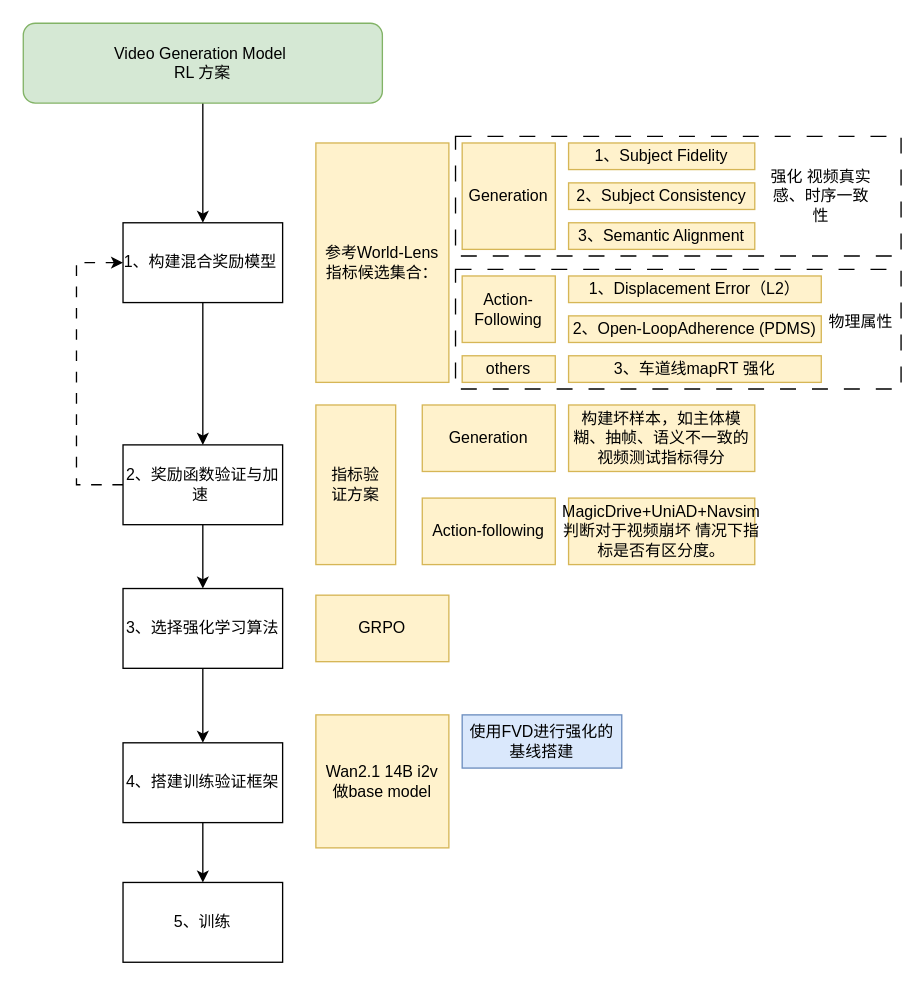
NinoNeumann/drawio_projects keeps this draw.io diagram as 未命名绘图.drawio. Above is the earlier version. Source tidied: cells renumbered, new cells numbered last; positions are measured from the earlier drawing's top-left corner, leaving out a move shared by most shapes. Both pictures are drawn from the tidied source at 133%, with x=0, y=0 at pixel (23, 23).
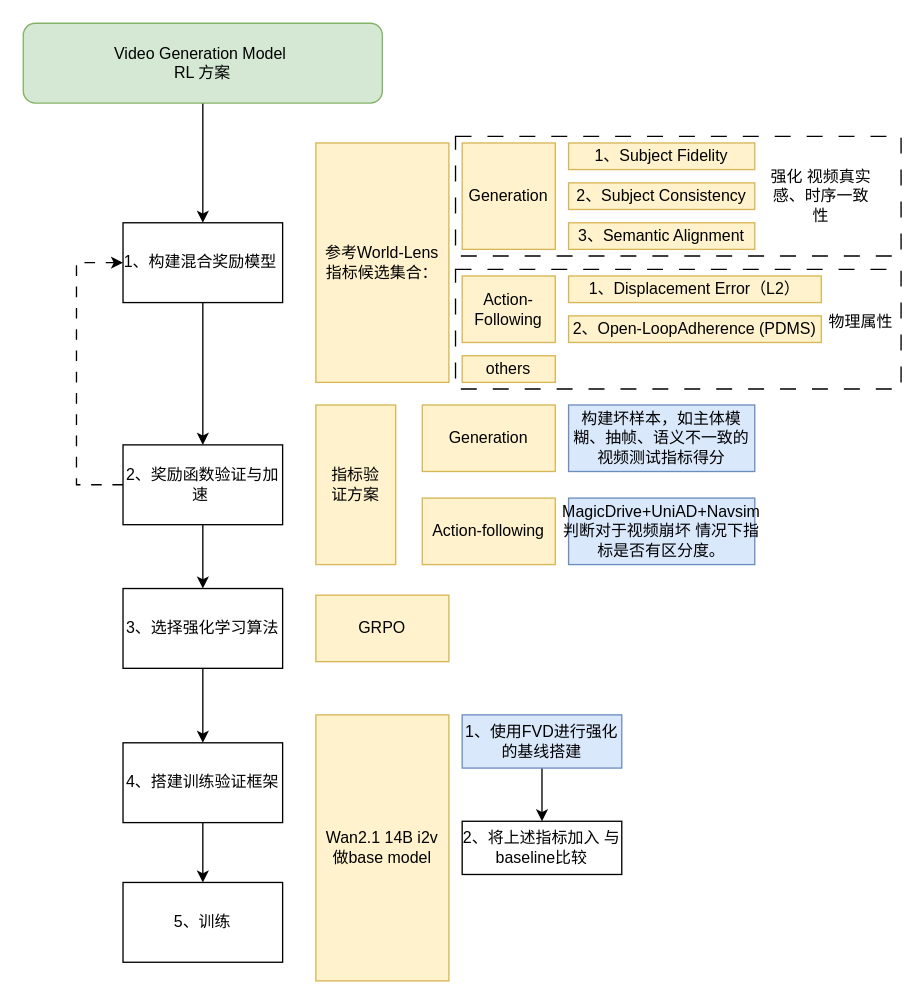
The same diagram, later.

Diff of the diagram source:
```diff
@@
+    <mxCell id="26" value="&lt;div&gt;3、车道线mapRT 强化&lt;/div&gt;&lt;span data-lark-record-data=&quot;{&amp;quot;rootId&amp;quot;:&amp;quot;L4jGdFqLMofs1cxOKf9c1dG8nqe&amp;quot;,&amp;quot;text&amp;quot;:{&amp;quot;initialAttributedTexts&amp;quot;:{&amp;quot;text&amp;quot;:{&amp;quot;0&amp;quot;:&amp;quot;Open-Loop Adherence&amp;quot;},&amp;quot;attribs&amp;quot;:{&amp;quot;0&amp;quot;:&amp;quot;*0+j&amp;quot;}},&amp;quot;apool&amp;quot;:{&amp;quot;numToAttrib&amp;quot;:{&amp;quot;0&amp;quot;:[&amp;quot;author&amp;quot;,&amp;quot;7483726834909265921&amp;quot;]},&amp;quot;nextNum&amp;quot;:1}},&amp;quot;type&amp;quot;:&amp;quot;text&amp;quot;,&amp;quot;referenceRecordMap&amp;quot;:{},&amp;quot;extra&amp;quot;:{&amp;quot;channel&amp;quot;:&amp;quot;saas&amp;quot;,&amp;quot;isEqualBlockSelection&amp;quot;:false,&amp;quot;pasteRandomId&amp;quot;:&amp;quot;7ad1c473-d2cf-45cb-968e-f9b902efacae&amp;quot;,&amp;quot;mention_page_title&amp;quot;:{},&amp;quot;external_mention_url&amp;quot;:{}},&amp;quot;isKeepQuoteContainer&amp;quot;:false,&amp;quot;isFromCode&amp;quot;:false,&amp;quot;selection&amp;quot;:[{&amp;quot;id&amp;quot;:1514,&amp;quot;type&amp;quot;:&amp;quot;text&amp;quot;,&amp;quot;selection&amp;quot;:{&amp;quot;start&amp;quot;:0,&amp;quot;end&amp;quot;:19},&amp;quot;recordId&amp;quot;:&amp;quot;S8Qmd1tdqoaIFyx75okcIj2on1f&amp;quot;}],&amp;quot;payloadMap&amp;quot;:{},&amp;quot;isCut&amp;quot;:false}&quot; class=&quot;lark-record-clipboard&quot;&gt;&lt;/span&gt;&lt;span data-lark-record-data=&quot;{&amp;quot;rootId&amp;quot;:&amp;quot;JV9Zdhbm7o8PZ4xMG8Dc0fxfnMg&amp;quot;,&amp;quot;text&amp;quot;:{&amp;quot;initialAttributedTexts&amp;quot;:{&amp;quot;text&amp;quot;:{&amp;quot;0&amp;quot;:&amp;quot;Displacement Error&amp;quot;},&amp;quot;attribs&amp;quot;:{&amp;quot;0&amp;quot;:&amp;quot;*0+i&amp;quot;}},&amp;quot;apool&amp;quot;:{&amp;quot;numToAttrib&amp;quot;:{&amp;quot;0&amp;quot;:[&amp;quot;author&amp;quot;,&amp;quot;7483726834909265921&amp;quot;]},&amp;quot;nextNum&amp;quot;:1}},&amp;quot;type&amp;quot;:&amp;quot;text&amp;quot;,&amp;quot;referenceRecordMap&amp;quot;:{},&amp;quot;extra&amp;quot;:{&amp;quot;channel&amp;quot;:&amp;quot;saas&amp;quot;,&amp;quot;isEqualBlockSelection&amp;quot;:false,&amp;quot;pasteRandomId&amp;quot;:&amp;quot;fdf4a18c-c49a-44dd-a57f-6318fe3f00e0&amp;quot;,&amp;quot;mention_page_title&amp;quot;:{},&amp;quot;external_mention_url&amp;quot;:{}},&amp;quot;isKeepQuoteContainer&amp;quot;:false,&amp;quot;isFromCode&amp;quot;:false,&amp;quot;selection&amp;quot;:[{&amp;quot;id&amp;quot;:542,&amp;quot;type&amp;quot;:&amp;quot;text&amp;quot;,&amp;quot;selection&amp;quot;:{&amp;quot;start&amp;quot;:2,&amp;quot;end&amp;quot;:20},&amp;quot;recordId&amp;quot;:&amp;quot;HdFZdV9GioszrTxjEMTcl8QvnMg&amp;quot;}],&amp;quot;payloadMap&amp;quot;:{},&amp;quot;isCut&amp;quot;:false}&quot; class=&quot;lark-record-clipboard&quot;&gt;&lt;/span&gt;&lt;span data-lark-record-data=&quot;{&amp;quot;rootId&amp;quot;:&amp;quot;JV9Zdhbm7o8PZ4xMG8Dc0fxfnMg&amp;quot;,&amp;quot;text&amp;quot;:{&amp;quot;initialAttributedTexts&amp;quot;:{&amp;quot;text&amp;quot;:{&amp;quot;0&amp;quot;:&amp;quot;Semantic Alignment&amp;quot;},&amp;quot;attribs&amp;quot;:{&amp;quot;0&amp;quot;:&amp;quot;*0+i&amp;quot;}},&amp;quot;apool&amp;quot;:{&amp;quot;numToAttrib&amp;quot;:{&amp;quot;0&amp;quot;:[&amp;quot;author&amp;quot;,&amp;quot;7483726834909265921&amp;quot;]},&amp;quot;nextNum&amp;quot;:1}},&amp;quot;type&amp;quot;:&amp;quot;text&amp;quot;,&amp;quot;referenceRecordMap&amp;quot;:{},&amp;quot;extra&amp;quot;:{&amp;quot;channel&amp;quot;:&amp;quot;saas&amp;quot;,&amp;quot;isEqualBlockSelection&amp;quot;:false,&amp;quot;pasteRandomId&amp;quot;:&amp;quot;bf732df0-ad97-4703-9b8a-f690db8587c6&amp;quot;,&amp;quot;mention_page_title&amp;quot;:{},&amp;quot;external_mention_url&amp;quot;:{}},&amp;quot;isKeepQuoteContainer&amp;quot;:false,&amp;quot;isFromCode&amp;quot;:false,&amp;quot;selection&amp;quot;:[{&amp;quot;id&amp;quot;:540,&amp;quot;type&amp;quot;:&amp;quot;text&amp;quot;,&amp;quot;selection&amp;quot;:{&amp;quot;start&amp;quot;:2,&amp;quot;end&amp;quot;:20},&amp;quot;recordId&amp;quot;:&amp;quot;NTUZdKPmZounwCxa622cKZEfnph&amp;quot;}],&amp;quot;payloadMap&amp;quot;:{},&amp;quot;isCut&amp;quot;:false}&quot; class=&quot;lark-record-clipboard&quot;&gt;&lt;/span&gt;&lt;span data-lark-record-data=&quot;{&amp;quot;rootId&amp;quot;:&amp;quot;JV9Zdhbm7o8PZ4xMG8Dc0fxfnMg&amp;quot;,&amp;quot;text&amp;quot;:{&amp;quot;initialAttributedTexts&amp;quot;:{&amp;quot;text&amp;quot;:{&amp;quot;0&amp;quot;:&amp;quot;Subject Consistency&amp;quot;},&amp;quot;attribs&amp;quot;:{&amp;quot;0&amp;quot;:&amp;quot;*0+j&amp;quot;}},&amp;quot;apool&amp;quot;:{&amp;quot;numToAttrib&amp;quot;:{&amp;quot;0&amp;quot;:[&amp;quot;author&amp;quot;,&amp;quot;7483726834909265921&amp;quot;]},&amp;quot;nextNum&amp;quot;:1}},&amp;quot;type&amp;quot;:&amp;quot;text&amp;quot;,&amp;quot;referenceRecordMap&amp;quot;:{},&amp;quot;extra&amp;quot;:{&amp;quot;channel&amp;quot;:&amp;quot;saas&amp;quot;,&amp;quot;isEqualBlockSelection&amp;quot;:false,&amp;quot;pasteRandomId&amp;quot;:&amp;quot;33d9fb53-16e4-45db-911c-d8df6403eeff&amp;quot;,&amp;quot;mention_page_title&amp;quot;:{},&amp;quot;external_mention_url&amp;quot;:{}},&amp;quot;isKeepQuoteContainer&amp;quot;:false,&amp;quot;isFromCode&amp;quot;:false,&amp;quot;selection&amp;quot;:[{&amp;quot;id&amp;quot;:539,&amp;quot;type&amp;quot;:&amp;quot;text&amp;quot;,&amp;quot;selection&amp;quot;:{&amp;quot;start&amp;quot;:2,&amp;quot;end&amp;quot;:21},&amp;quot;recordId&amp;quot;:&amp;quot;PSMZdzJWsoobfxxanbMcwDJinGc&amp;quot;}],&amp;quot;payloadMap&amp;quot;:{},&amp;quot;isCut&amp;quot;:false}&quot; class=&quot;lark-record-clipboard&quot;&gt;&lt;/span&gt;&lt;span data-lark-record-data=&quot;{&amp;quot;rootId&amp;quot;:&amp;quot;JV9Zdhbm7o8PZ4xMG8Dc0fxfnMg&amp;quot;,&amp;quot;text&amp;quot;:{&amp;quot;initialAttributedTexts&amp;quot;:{&amp;quot;text&amp;quot;:{&amp;quot;0&amp;quot;:&amp;quot;Subject Fidelity&amp;quot;},&amp;quot;attribs&amp;quot;:{&amp;quot;0&amp;quot;:&amp;quot;*0+g&amp;quot;}},&amp;quot;apool&amp;quot;:{&amp;quot;numToAttrib&amp;quot;:{&amp;quot;0&amp;quot;:[&amp;quot;author&amp;quot;,&amp;quot;7483726834909265921&amp;quot;]},&amp;quot;nextNum&amp;quot;:1}},&amp;quot;type&amp;quot;:&amp;quot;text&amp;quot;,&amp;quot;referenceRecordMap&amp;quot;:{},&amp;quot;extra&amp;quot;:{&amp;quot;channel&amp;quot;:&amp;quot;saas&amp;quot;,&amp;quot;isEqualBlockSelection&amp;quot;:false,&amp;quot;pasteRandomId&amp;quot;:&amp;quot;f153498b-ec6f-4ac0-b546-43d6fda7419c&amp;quot;,&amp;quot;mention_page_title&amp;quot;:{},&amp;quot;external_mention_url&amp;quot;:{}},&amp;quot;isKeepQuoteContainer&amp;quot;:false,&amp;quot;isFromCode&amp;quot;:false,&amp;quot;selection&amp;quot;:[{&amp;quot;id&amp;quot;:538,&amp;quot;type&amp;quot;:&amp;quot;text&amp;quot;,&amp;quot;selection&amp;quot;:{&amp;quot;start&amp;quot;:2,&amp;quot;end&amp;quot;:18},&amp;quot;recordId&amp;quot;:&amp;quot;PmUQdXcbeohCYTx1j5WcdhSGnFe&amp;quot;}],&amp;quot;payloadMap&amp;quot;:{},&amp;quot;isCut&amp;quot;:false}&quot; class=&quot;lark-record-clipboard&quot;&gt;&lt;/span&gt;" style="rounded=0;whiteSpace=wrap;html=1;fillColor=#fff2cc;strokeColor=#d6b656;" parent="1" vertex="1">
+      <mxGeometry x="410" y="250" width="190" height="20" as="geometry" />
+    </mxCell>
@@
-    <mxCell id="18" value="MagicDrive+&lt;span style=&quot;background-color: transparent; color: light-dark(rgb(0, 0, 0), rgb(255, 255, 255));&quot;&gt;UniAD+Navsim 判断对于视频崩坏 情况下指标是否有区分度。&lt;/span&gt;" style="rounded=0;whiteSpace=wrap;html=1;fillColor=#fff2cc;strokeColor=#d6b656;" parent="1" vertex="1">
+    <mxCell id="18" value="MagicDrive+&lt;span style=&quot;background-color: transparent; color: light-dark(rgb(0, 0, 0), rgb(255, 255, 255));&quot;&gt;UniAD+Navsim 判断对于视频崩坏 情况下指标是否有区分度。&lt;/span&gt;" style="rounded=0;whiteSpace=wrap;html=1;fillColor=#dae8fc;strokeColor=#6c8ebf;" parent="1" vertex="1">
       <mxGeometry x="410" y="357" width="140" height="50" as="geometry" />
     </mxCell>
@@
-    <mxCell id="26" value="&lt;div&gt;3、车道线mapRT 强化&lt;/div&gt;&lt;span data-lark-record-data=&quot;{&amp;quot;rootId&amp;quot;:&amp;quot;L4jGdFqLMofs1cxOKf9c1dG8nqe&amp;quot;,&amp;quot;text&amp;quot;:{&amp;quot;initialAttributedTexts&amp;quot;:{&amp;quot;text&amp;quot;:{&amp;quot;0&amp;quot;:&amp;quot;Open-Loop Adherence&amp;quot;},&amp;quot;attribs&amp;quot;:{&amp;quot;0&amp;quot;:&amp;quot;*0+j&amp;quot;}},&amp;quot;apool&amp;quot;:{&amp;quot;numToAttrib&amp;quot;:{&amp;quot;0&amp;quot;:[&amp;quot;author&amp;quot;,&amp;quot;7483726834909265921&amp;quot;]},&amp;quot;nextNum&amp;quot;:1}},&amp;quot;type&amp;quot;:&amp;quot;text&amp;quot;,&amp;quot;referenceRecordMap&amp;quot;:{},&amp;quot;extra&amp;quot;:{&amp;quot;channel&amp;quot;:&amp;quot;saas&amp;quot;,&amp;quot;isEqualBlockSelection&amp;quot;:false,&amp;quot;pasteRandomId&amp;quot;:&amp;quot;7ad1c473-d2cf-45cb-968e-f9b902efacae&amp;quot;,&amp;quot;mention_page_title&amp;quot;:{},&amp;quot;external_mention_url&amp;quot;:{}},&amp;quot;isKeepQuoteContainer&amp;quot;:false,&amp;quot;isFromCode&amp;quot;:false,&amp;quot;selection&amp;quot;:[{&amp;quot;id&amp;quot;:1514,&amp;quot;type&amp;quot;:&amp;quot;text&amp;quot;,&amp;quot;selection&amp;quot;:{&amp;quot;start&amp;quot;:0,&amp;quot;end&amp;quot;:19},&amp;quot;recordId&amp;quot;:&amp;quot;S8Qmd1tdqoaIFyx75okcIj2on1f&amp;quot;}],&amp;quot;payloadMap&amp;quot;:{},&amp;quot;isCut&amp;quot;:false}&quot; class=&quot;lark-record-clipboard&quot;&gt;&lt;/span&gt;&lt;span data-lark-record-data=&quot;{&amp;quot;rootId&amp;quot;:&amp;quot;JV9Zdhbm7o8PZ4xMG8Dc0fxfnMg&amp;quot;,&amp;quot;text&amp;quot;:{&amp;quot;initialAttributedTexts&amp;quot;:{&amp;quot;text&amp;quot;:{&amp;quot;0&amp;quot;:&amp;quot;Displacement Error&amp;quot;},&amp;quot;attribs&amp;quot;:{&amp;quot;0&amp;quot;:&amp;quot;*0+i&amp;quot;}},&amp;quot;apool&amp;quot;:{&amp;quot;numToAttrib&amp;quot;:{&amp;quot;0&amp;quot;:[&amp;quot;author&amp;quot;,&amp;quot;7483726834909265921&amp;quot;]},&amp;quot;nextNum&amp;quot;:1}},&amp;quot;type&amp;quot;:&amp;quot;text&amp;quot;,&amp;quot;referenceRecordMap&amp;quot;:{},&amp;quot;extra&amp;quot;:{&amp;quot;channel&amp;quot;:&amp;quot;saas&amp;quot;,&amp;quot;isEqualBlockSelection&amp;quot;:false,&amp;quot;pasteRandomId&amp;quot;:&amp;quot;fdf4a18c-c49a-44dd-a57f-6318fe3f00e0&amp;quot;,&amp;quot;mention_page_title&amp;quot;:{},&amp;quot;external_mention_url&amp;quot;:{}},&amp;quot;isKeepQuoteContainer&amp;quot;:false,&amp;quot;isFromCode&amp;quot;:false,&amp;quot;selection&amp;quot;:[{&amp;quot;id&amp;quot;:542,&amp;quot;type&amp;quot;:&amp;quot;text&amp;quot;,&amp;quot;selection&amp;quot;:{&amp;quot;start&amp;quot;:2,&amp;quot;end&amp;quot;:20},&amp;quot;recordId&amp;quot;:&amp;quot;HdFZdV9GioszrTxjEMTcl8QvnMg&amp;quot;}],&amp;quot;payloadMap&amp;quot;:{},&amp;quot;isCut&amp;quot;:false}&quot; class=&quot;lark-record-clipboard&quot;&gt;&lt;/span&gt;&lt;span data-lark-record-data=&quot;{&amp;quot;rootId&amp;quot;:&amp;quot;JV9Zdhbm7o8PZ4xMG8Dc0fxfnMg&amp;quot;,&amp;quot;text&amp;quot;:{&amp;quot;initialAttributedTexts&amp;quot;:{&amp;quot;text&amp;quot;:{&amp;quot;0&amp;quot;:&amp;quot;Semantic Alignment&amp;quot;},&amp;quot;attribs&amp;quot;:{&amp;quot;0&amp;quot;:&amp;quot;*0+i&amp;quot;}},&amp;quot;apool&amp;quot;:{&amp;quot;numToAttrib&amp;quot;:{&amp;quot;0&amp;quot;:[&amp;quot;author&amp;quot;,&amp;quot;7483726834909265921&amp;quot;]},&amp;quot;nextNum&amp;quot;:1}},&amp;quot;type&amp;quot;:&amp;quot;text&amp;quot;,&amp;quot;referenceRecordMap&amp;quot;:{},&amp;quot;extra&amp;quot;:{&amp;quot;channel&amp;quot;:&amp;quot;saas&amp;quot;,&amp;quot;isEqualBlockSelection&amp;quot;:false,&amp;quot;pasteRandomId&amp;quot;:&amp;quot;bf732df0-ad97-4703-9b8a-f690db8587c6&amp;quot;,&amp;quot;mention_page_title&amp;quot;:{},&amp;quot;external_mention_url&amp;quot;:{}},&amp;quot;isKeepQuoteContainer&amp;quot;:false,&amp;quot;isFromCode&amp;quot;:false,&amp;quot;selection&amp;quot;:[{&amp;quot;id&amp;quot;:540,&amp;quot;type&amp;quot;:&amp;quot;text&amp;quot;,&amp;quot;selection&amp;quot;:{&amp;quot;start&amp;quot;:2,&amp;quot;end&amp;quot;:20},&amp;quot;recordId&amp;quot;:&amp;quot;NTUZdKPmZounwCxa622cKZEfnph&amp;quot;}],&amp;quot;payloadMap&amp;quot;:{},&amp;quot;isCut&amp;quot;:false}&quot; class=&quot;lark-record-clipboard&quot;&gt;&lt;/span&gt;&lt;span data-lark-record-data=&quot;{&amp;quot;rootId&amp;quot;:&amp;quot;JV9Zdhbm7o8PZ4xMG8Dc0fxfnMg&amp;quot;,&amp;quot;text&amp;quot;:{&amp;quot;initialAttributedTexts&amp;quot;:{&amp;quot;text&amp;quot;:{&amp;quot;0&amp;quot;:&amp;quot;Subject Consistency&amp;quot;},&amp;quot;attribs&amp;quot;:{&amp;quot;0&amp;quot;:&amp;quot;*0+j&amp;quot;}},&amp;quot;apool&amp;quot;:{&amp;quot;numToAttrib&amp;quot;:{&amp;quot;0&amp;quot;:[&amp;quot;author&amp;quot;,&amp;quot;7483726834909265921&amp;quot;]},&amp;quot;nextNum&amp;quot;:1}},&amp;quot;type&amp;quot;:&amp;quot;text&amp;quot;,&amp;quot;referenceRecordMap&amp;quot;:{},&amp;quot;extra&amp;quot;:{&amp;quot;channel&amp;quot;:&amp;quot;saas&amp;quot;,&amp;quot;isEqualBlockSelection&amp;quot;:false,&amp;quot;pasteRandomId&amp;quot;:&amp;quot;33d9fb53-16e4-45db-911c-d8df6403eeff&amp;quot;,&amp;quot;mention_page_title&amp;quot;:{},&amp;quot;external_mention_url&amp;quot;:{}},&amp;quot;isKeepQuoteContainer&amp;quot;:false,&amp;quot;isFromCode&amp;quot;:false,&amp;quot;selection&amp;quot;:[{&amp;quot;id&amp;quot;:539,&amp;quot;type&amp;quot;:&amp;quot;text&amp;quot;,&amp;quot;selection&amp;quot;:{&amp;quot;start&amp;quot;:2,&amp;quot;end&amp;quot;:21},&amp;quot;recordId&amp;quot;:&amp;quot;PSMZdzJWsoobfxxanbMcwDJinGc&amp;quot;}],&amp;quot;payloadMap&amp;quot;:{},&amp;quot;isCut&amp;quot;:false}&quot; class=&quot;lark-record-clipboard&quot;&gt;&lt;/span&gt;&lt;span data-lark-record-data=&quot;{&amp;quot;rootId&amp;quot;:&amp;quot;JV9Zdhbm7o8PZ4xMG8Dc0fxfnMg&amp;quot;,&amp;quot;text&amp;quot;:{&amp;quot;initialAttributedTexts&amp;quot;:{&amp;quot;text&amp;quot;:{&amp;quot;0&amp;quot;:&amp;quot;Subject Fidelity&amp;quot;},&amp;quot;attribs&amp;quot;:{&amp;quot;0&amp;quot;:&amp;quot;*0+g&amp;quot;}},&amp;quot;apool&amp;quot;:{&amp;quot;numToAttrib&amp;quot;:{&amp;quot;0&amp;quot;:[&amp;quot;author&amp;quot;,&amp;quot;7483726834909265921&amp;quot;]},&amp;quot;nextNum&amp;quot;:1}},&amp;quot;type&amp;quot;:&amp;quot;text&amp;quot;,&amp;quot;referenceRecordMap&amp;quot;:{},&amp;quot;extra&amp;quot;:{&amp;quot;channel&amp;quot;:&amp;quot;saas&amp;quot;,&amp;quot;isEqualBlockSelection&amp;quot;:false,&amp;quot;pasteRandomId&amp;quot;:&amp;quot;f153498b-ec6f-4ac0-b546-43d6fda7419c&amp;quot;,&amp;quot;mention_page_title&amp;quot;:{},&amp;quot;external_mention_url&amp;quot;:{}},&amp;quot;isKeepQuoteContainer&amp;quot;:false,&amp;quot;isFromCode&amp;quot;:false,&amp;quot;selection&amp;quot;:[{&amp;quot;id&amp;quot;:538,&amp;quot;type&amp;quot;:&amp;quot;text&amp;quot;,&amp;quot;selection&amp;quot;:{&amp;quot;start&amp;quot;:2,&amp;quot;end&amp;quot;:18},&amp;quot;recordId&amp;quot;:&amp;quot;PmUQdXcbeohCYTx1j5WcdhSGnFe&amp;quot;}],&amp;quot;payloadMap&amp;quot;:{},&amp;quot;isCut&amp;quot;:false}&quot; class=&quot;lark-record-clipboard&quot;&gt;&lt;/span&gt;" style="rounded=0;whiteSpace=wrap;html=1;fillColor=#fff2cc;strokeColor=#d6b656;" parent="1" vertex="1">
-      <mxGeometry x="410" y="250" width="190" height="20" as="geometry" />
-    </mxCell>
@@
-    <mxCell id="29" value="构建坏样本，如主体模糊、抽帧、语义不一致的视频测试指标得分" style="rounded=0;whiteSpace=wrap;html=1;fillColor=#fff2cc;strokeColor=#d6b656;" parent="1" vertex="1">
+    <mxCell id="29" value="构建坏样本，如主体模糊、抽帧、语义不一致的视频测试指标得分" style="rounded=0;whiteSpace=wrap;html=1;fillColor=#dae8fc;strokeColor=#6c8ebf;" parent="1" vertex="1">
       <mxGeometry x="410" y="287" width="140" height="50" as="geometry" />
     </mxCell>
@@
     <mxCell id="32" value="Wan2.1 14B i2v&lt;div&gt;做base model&lt;/div&gt;" style="rounded=0;whiteSpace=wrap;html=1;fillColor=#fff2cc;strokeColor=#d6b656;" parent="1" vertex="1">
-      <mxGeometry x="220" y="520" width="100" height="100" as="geometry" />
+      <mxGeometry x="220" y="520" width="100" height="200" as="geometry" />
     </mxCell>
@@
+    <mxCell id="36" style="edgeStyle=orthogonalEdgeStyle;rounded=0;jettySize=auto;html=1;exitX=0.5;exitY=1;exitDx=0;exitDy=0;entryX=0.5;entryY=0;entryDx=0;entryDy=0;" parent="1" edge="1" source="35" target="37">
+      <mxGeometry relative="1" as="geometry" />
+    </mxCell>
-    <mxCell id="35" value="使用FVD进行强化的基线搭建" style="rounded=0;whiteSpace=wrap;html=1;fillColor=#dae8fc;strokeColor=#6c8ebf;" parent="1" vertex="1">
+    <mxCell id="35" value="1、使用FVD进行强化的基线搭建" style="rounded=0;whiteSpace=wrap;html=1;fillColor=#dae8fc;strokeColor=#6c8ebf;" parent="1" vertex="1">
       <mxGeometry x="330" y="520" width="120" height="40" as="geometry" />
     </mxCell>
+    <mxCell id="37" value="2、将上述指标加入 与baseline比较" style="rounded=0;whiteSpace=wrap;html=1;" parent="1" vertex="1">
+      <mxGeometry x="330" y="600" width="120" height="40" as="geometry" />
+    </mxCell>
```
